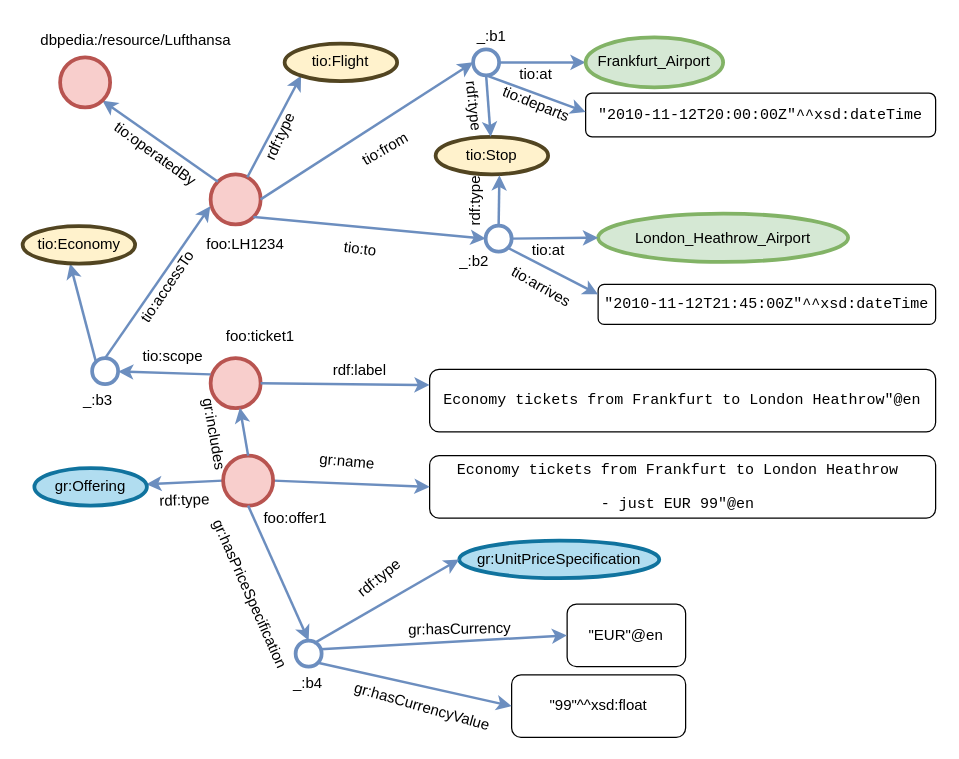
Before: img/use_case.drawio in petkorutesic/chatbots_KGSWC-2023, a draw.io diagram. Source tidied: cells renumbered, new cells numbered last; positions are measured from the earlier drawing's top-left corner, leaving out a move shared by most shapes. Both pictures are drawn from the tidied source at 125%, with x=0, y=0 at pixel (22, 24).
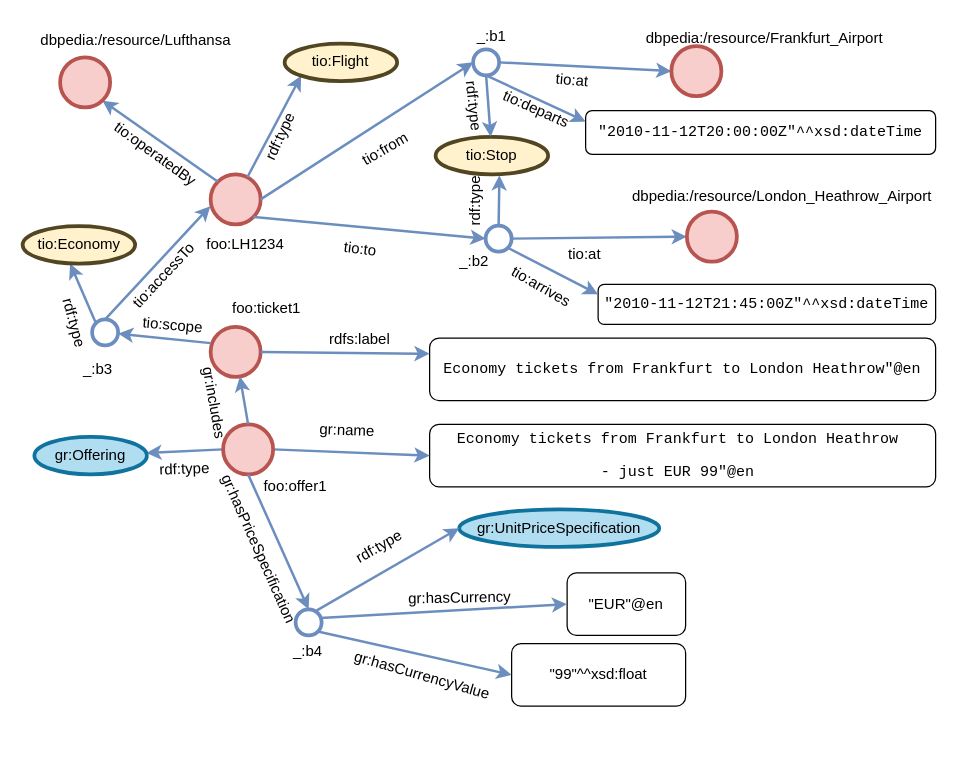
The same diagram, later.

The change refers to these unchanged cells:
```xml
<mxCell id="10" style="ellipse;whiteSpace=wrap;html=1;strokeWidth=3;fillColor=#FFFFFF;strokeColor=#6c8ebf;" parent="1" vertex="1">
  <mxGeometry x="360" y="20" width="20.8" height="20.8" as="geometry" />
</mxCell>
<mxCell id="17" style="ellipse;whiteSpace=wrap;html=1;strokeWidth=3;fillColor=#FFFFFF;strokeColor=#6c8ebf;" parent="1" vertex="1">
  <mxGeometry x="370" y="161" width="20.8" height="20.8" as="geometry" />
</mxCell>
```

Diff of the diagram source:
```diff
@@
-    <mxCell id="12" style="endArrow=classic;html=1;rounded=0;strokeWidth=2;fillColor=#dae8fc;strokeColor=#6c8ebf;exitX=1;exitY=0.5;exitDx=0;exitDy=0;entryX=0;entryY=0.5;entryDx=0;entryDy=0;" parent="1" edge="1" source="10" target="13">
+    <mxCell id="12" style="endArrow=classic;html=1;rounded=0;strokeWidth=2;fillColor=#dae8fc;strokeColor=#6c8ebf;exitX=1;exitY=0.5;exitDx=0;exitDy=0;entryX=0;entryY=0.5;entryDx=0;entryDy=0;" parent="1" edge="1" source="10" target="73">
       <mxGeometry relative="1" as="geometry" />
     </mxCell>
-    <mxCell id="13" value="&lt;p&gt;Frankfurt_Airport&lt;/p&gt;" style="ellipse;whiteSpace=wrap;html=1;strokeColor=#82b366;strokeWidth=3;fillColor=#d5e8d4;" parent="1" vertex="1">
-      <mxGeometry x="450" y="10.4" width="110" height="40" as="geometry" />
-    </mxCell>
-    <mxCell id="14" value="tio:at" style="text;html=1;strokeColor=none;fillColor=none;align=center;verticalAlign=middle;whiteSpace=wrap;rounded=0;strokeWidth=3;rotation=0;" parent="1" vertex="1">
-      <mxGeometry x="380.8" y="30.4" width="59.2" height="20" as="geometry" />
+    <mxCell id="14" value="tio:at" style="text;html=1;strokeColor=none;fillColor=none;align=center;verticalAlign=middle;whiteSpace=wrap;rounded=0;strokeWidth=3;rotation=5;" parent="1" vertex="1">
+      <mxGeometry x="409.8" y="35.4" width="59.2" height="20" as="geometry" />
     </mxCell>
@@
     <mxCell id="19" value="tio:at" style="text;html=1;strokeColor=none;fillColor=none;align=center;verticalAlign=middle;whiteSpace=wrap;rounded=0;strokeWidth=3;rotation=0;" parent="1" vertex="1">
-      <mxGeometry x="390.8" y="171.4" width="59.2" height="20" as="geometry" />
+      <mxGeometry x="420" y="174.4" width="59.2" height="20" as="geometry" />
     </mxCell>
-    <mxCell id="20" value="&lt;p&gt;London_Heathrow_Airport&lt;/p&gt;" style="ellipse;whiteSpace=wrap;html=1;strokeColor=#82b366;strokeWidth=3;fillColor=#d5e8d4;" parent="1" vertex="1">
-      <mxGeometry x="460" y="151.4" width="200" height="38.6" as="geometry" />
-    </mxCell>
-    <mxCell id="21" style="endArrow=classic;html=1;rounded=0;strokeWidth=2;fillColor=#dae8fc;strokeColor=#6c8ebf;exitX=1;exitY=0.5;exitDx=0;exitDy=0;entryX=0;entryY=0.5;entryDx=0;entryDy=0;" parent="1" edge="1" source="17" target="20">
+    <mxCell id="21" style="endArrow=classic;html=1;rounded=0;strokeWidth=2;fillColor=#dae8fc;strokeColor=#6c8ebf;exitX=1;exitY=0.5;exitDx=0;exitDy=0;entryX=0;entryY=0.5;entryDx=0;entryDy=0;" parent="1" edge="1" source="17" target="75">
       <mxGeometry relative="1" as="geometry" />
     </mxCell>
     <mxCell id="22" value="&lt;pre&gt;&quot;2010-11-12T20:00:00Z&quot;^^xsd:dateTime&lt;/pre&gt;" style="rounded=1;whiteSpace=wrap;html=1;strokeColor=#000000;strokeWidth=1;fontColor=#000000;fillColor=#FFFFFF;" parent="1" vertex="1">
-      <mxGeometry x="450" y="55" width="280" height="35" as="geometry" />
+      <mxGeometry x="450" y="69" width="280" height="35" as="geometry" />
     </mxCell>
-    <mxCell id="23" value="tio:departs" style="text;html=1;strokeColor=none;fillColor=none;align=center;verticalAlign=middle;whiteSpace=wrap;rounded=0;strokeWidth=3;rotation=22;" parent="1" vertex="1">
-      <mxGeometry x="380.8" y="54.4" width="59.2" height="20" as="geometry" />
+    <mxCell id="23" value="tio:departs" style="text;html=1;strokeColor=none;fillColor=none;align=center;verticalAlign=middle;whiteSpace=wrap;rounded=0;strokeWidth=3;rotation=24;" parent="1" vertex="1">
+      <mxGeometry x="380.8" y="58.4" width="59.2" height="20" as="geometry" />
     </mxCell>
-    <mxCell id="24" style="endArrow=classic;html=1;rounded=0;strokeWidth=2;fillColor=#dae8fc;strokeColor=#6c8ebf;exitX=0.5;exitY=1;exitDx=0;exitDy=0;entryX=0;entryY=0.25;entryDx=0;entryDy=0;" parent="1" edge="1">
+    <mxCell id="24" style="endArrow=classic;html=1;rounded=0;strokeWidth=2;fillColor=#dae8fc;strokeColor=#6c8ebf;exitX=0.5;exitY=1;exitDx=0;exitDy=0;entryX=0;entryY=0.25;entryDx=0;entryDy=0;" parent="1" edge="1" target="22">
       <mxGeometry relative="1" as="geometry">
         <mxPoint x="370.4" y="40.8" as="sourcePoint" />
-        <mxPoint x="450" y="70" as="targetPoint" />
       </mxGeometry>
     </mxCell>
@@
     <mxCell id="32" style="ellipse;whiteSpace=wrap;html=1;strokeWidth=3;fillColor=#f8cecc;strokeColor=#b85450;" parent="1" vertex="1">
-      <mxGeometry x="150" y="267" width="40" height="40" as="geometry" />
+      <mxGeometry x="150" y="242" width="40" height="40" as="geometry" />
     </mxCell>
     <mxCell id="33" value="foo:ticket1" style="text;html=1;strokeColor=none;fillColor=none;align=center;verticalAlign=middle;whiteSpace=wrap;rounded=0;strokeWidth=3;" parent="1" vertex="1">
-      <mxGeometry x="150" y="240" width="80" height="20" as="geometry" />
+      <mxGeometry x="155" y="217" width="80" height="20" as="geometry" />
     </mxCell>
     <mxCell id="34" value="&lt;pre&gt;Economy tickets from Frankfurt to London Heathrow&quot;@en&lt;/pre&gt;" style="rounded=1;whiteSpace=wrap;html=1;strokeColor=#000000;strokeWidth=1;fontColor=#000000;fillColor=#FFFFFF;" parent="1" vertex="1">
-      <mxGeometry x="325.2" y="276" width="404.8" height="50" as="geometry" />
+      <mxGeometry x="325.2" y="251" width="404.8" height="50" as="geometry" />
     </mxCell>
-    <mxCell id="35" value="rdf:label" style="text;html=1;strokeColor=none;fillColor=none;align=center;verticalAlign=middle;whiteSpace=wrap;rounded=0;strokeWidth=3;rotation=0;" parent="1" vertex="1">
-      <mxGeometry x="240" y="267" width="59.2" height="20" as="geometry" />
+    <mxCell id="35" value="rdfs:label" style="text;html=1;strokeColor=none;fillColor=none;align=center;verticalAlign=middle;whiteSpace=wrap;rounded=0;strokeWidth=3;rotation=0;" parent="1" vertex="1">
+      <mxGeometry x="240" y="242" width="59.2" height="20" as="geometry" />
     </mxCell>
@@
-    <mxCell id="38" value="tio:scope" style="text;html=1;strokeColor=none;fillColor=none;align=center;verticalAlign=middle;whiteSpace=wrap;rounded=0;strokeWidth=3;rotation=0;" parent="1" vertex="1">
-      <mxGeometry x="90" y="256" width="60" height="20" as="geometry" />
+    <mxCell id="38" value="tio:scope" style="text;html=1;strokeColor=none;fillColor=none;align=center;verticalAlign=middle;whiteSpace=wrap;rounded=0;strokeWidth=3;rotation=5;" parent="1" vertex="1">
+      <mxGeometry x="90" y="231" width="60" height="20" as="geometry" />
     </mxCell>
     <mxCell id="39" style="ellipse;whiteSpace=wrap;html=1;strokeWidth=3;fillColor=#FFFFFF;strokeColor=#6c8ebf;" parent="1" vertex="1">
-      <mxGeometry x="55.2" y="267" width="20.8" height="20.8" as="geometry" />
+      <mxGeometry x="55.2" y="236" width="20.8" height="20.8" as="geometry" />
     </mxCell>
@@
-    <mxCell id="41" value="tio:accessTo" style="text;html=1;strokeColor=none;fillColor=none;align=center;verticalAlign=middle;whiteSpace=wrap;rounded=0;strokeWidth=3;rotation=304;" parent="1" vertex="1">
-      <mxGeometry x="86" y="200.4" width="60" height="20" as="geometry" />
+    <mxCell id="41" value="tio:accessTo" style="text;html=1;strokeColor=none;fillColor=none;align=center;verticalAlign=middle;whiteSpace=wrap;rounded=0;strokeWidth=3;rotation=313;" parent="1" vertex="1">
+      <mxGeometry x="83" y="191.4" width="60" height="20" as="geometry" />
     </mxCell>
@@
     <mxCell id="43" value="gr:Offering" style="ellipse;whiteSpace=wrap;html=1;strokeWidth=3;fillColor=#b1ddf0;strokeColor=#10739e;" parent="1" vertex="1">
-      <mxGeometry x="9" y="355" width="90" height="30" as="geometry" />
+      <mxGeometry x="9" y="330" width="90" height="30" as="geometry" />
     </mxCell>
     <mxCell id="44" value="&lt;pre&gt;Economy tickets from Frankfurt to London Heathrow &lt;/pre&gt;&lt;pre&gt;- just EUR 99&quot;@en &lt;/pre&gt;" style="rounded=1;whiteSpace=wrap;html=1;strokeColor=#000000;strokeWidth=1;fontColor=#000000;fillColor=#FFFFFF;" parent="1" vertex="1">
-      <mxGeometry x="325.2" y="345" width="404.8" height="50" as="geometry" />
+      <mxGeometry x="325.2" y="320" width="404.8" height="50" as="geometry" />
     </mxCell>
-    <mxCell id="45" value="gr:name" style="text;html=1;strokeColor=none;fillColor=none;align=center;verticalAlign=middle;whiteSpace=wrap;rounded=0;strokeWidth=3;rotation=5;" parent="1" vertex="1">
-      <mxGeometry x="230" y="340" width="59.2" height="20" as="geometry" />
+    <mxCell id="45" value="gr:name" style="text;html=1;strokeColor=none;fillColor=none;align=center;verticalAlign=middle;whiteSpace=wrap;rounded=0;strokeWidth=3;rotation=2;" parent="1" vertex="1">
+      <mxGeometry x="230" y="315" width="59.2" height="20" as="geometry" />
     </mxCell>
@@
     <mxCell id="47" style="ellipse;whiteSpace=wrap;html=1;strokeWidth=3;fillColor=#f8cecc;strokeColor=#b85450;" parent="1" vertex="1">
-      <mxGeometry x="160" y="345" width="40" height="40" as="geometry" />
+      <mxGeometry x="160" y="320" width="40" height="40" as="geometry" />
     </mxCell>
     <mxCell id="48" value="foo:offer1" style="text;html=1;strokeColor=none;fillColor=none;align=center;verticalAlign=middle;whiteSpace=wrap;rounded=0;strokeWidth=3;" parent="1" vertex="1">
-      <mxGeometry x="178.4" y="385" width="80" height="20" as="geometry" />
+      <mxGeometry x="178.4" y="360" width="80" height="20" as="geometry" />
     </mxCell>
@@
     <mxCell id="51" value="gr:includes" style="text;html=1;strokeColor=none;fillColor=none;align=center;verticalAlign=middle;whiteSpace=wrap;rounded=0;strokeWidth=3;rotation=80;" parent="1" vertex="1">
-      <mxGeometry x="123" y="318" width="60" height="20" as="geometry" />
+      <mxGeometry x="123" y="293" width="60" height="20" as="geometry" />
     </mxCell>
@@
     <mxCell id="54" value="rdf:type" style="text;html=1;strokeColor=none;fillColor=none;align=center;verticalAlign=middle;whiteSpace=wrap;rounded=0;strokeWidth=3;rotation=358;" parent="1" vertex="1">
-      <mxGeometry x="101" y="377" width="57" height="8.6" as="geometry" />
+      <mxGeometry x="101" y="352" width="57" height="8.6" as="geometry" />
     </mxCell>
     <mxCell id="55" value="_:b3" style="text;html=1;strokeColor=none;fillColor=none;align=center;verticalAlign=middle;whiteSpace=wrap;rounded=0;strokeWidth=3;rotation=0;" parent="1" vertex="1">
-      <mxGeometry x="29.6" y="291" width="60" height="20" as="geometry" />
+      <mxGeometry x="29.6" y="266" width="60" height="20" as="geometry" />
     </mxCell>
@@
     <mxCell id="59" style="ellipse;whiteSpace=wrap;html=1;strokeWidth=3;fillColor=#FFFFFF;strokeColor=#6c8ebf;" parent="1" vertex="1">
-      <mxGeometry x="218" y="493" width="20.8" height="20.8" as="geometry" />
+      <mxGeometry x="218" y="468" width="20.8" height="20.8" as="geometry" />
     </mxCell>
     <mxCell id="60" value="gr:hasPriceSpecification" style="text;html=1;strokeColor=none;fillColor=none;align=center;verticalAlign=middle;whiteSpace=wrap;rounded=0;strokeWidth=3;rotation=66;" parent="1" vertex="1">
-      <mxGeometry x="152" y="446" width="59.2" height="20" as="geometry" />
+      <mxGeometry x="159" y="410" width="59.2" height="20" as="geometry" />
     </mxCell>
     <mxCell id="61" value="_:b4" style="text;html=1;strokeColor=none;fillColor=none;align=center;verticalAlign=middle;whiteSpace=wrap;rounded=0;strokeWidth=3;rotation=0;" parent="1" vertex="1">
-      <mxGeometry x="198.4" y="517" width="60" height="20" as="geometry" />
+      <mxGeometry x="198.4" y="492" width="60" height="20" as="geometry" />
     </mxCell>
     <mxCell id="62" value="&lt;pre&gt;&lt;span style=&quot;font-family: Helvetica; text-align: left;&quot;&gt;&quot;EUR&quot;@en&lt;/span&gt;&lt;br&gt;&lt;/pre&gt;" style="rounded=1;whiteSpace=wrap;html=1;strokeColor=#000000;strokeWidth=1;fontColor=#000000;fillColor=#FFFFFF;" parent="1" vertex="1">
-      <mxGeometry x="435.2" y="463.8" width="94.8" height="50" as="geometry" />
+      <mxGeometry x="435.2" y="438.8" width="94.8" height="50" as="geometry" />
     </mxCell>
     <mxCell id="63" value="gr:hasCurrency" style="text;html=1;strokeColor=none;fillColor=none;align=center;verticalAlign=middle;whiteSpace=wrap;rounded=0;strokeWidth=3;rotation=359;" parent="1" vertex="1">
-      <mxGeometry x="320" y="474" width="59.2" height="20" as="geometry" />
+      <mxGeometry x="320" y="449" width="59.2" height="20" as="geometry" />
     </mxCell>
@@
     <mxCell id="65" value="&lt;pre&gt;&lt;span style=&quot;font-family: Helvetica; text-align: left;&quot;&gt;&quot;99&quot;^^xsd:float&lt;/span&gt;&lt;br&gt;&lt;/pre&gt;" style="rounded=1;whiteSpace=wrap;html=1;strokeColor=#000000;strokeWidth=1;fontColor=#000000;fillColor=#FFFFFF;" parent="1" vertex="1">
-      <mxGeometry x="390.8" y="520.4" width="139.2" height="50" as="geometry" />
+      <mxGeometry x="390.8" y="495.4" width="139.2" height="50" as="geometry" />
     </mxCell>
     <mxCell id="66" value="&lt;span style=&quot;text-align: left;&quot;&gt;gr:hasCurrencyValue&lt;/span&gt;" style="text;html=1;strokeColor=none;fillColor=none;align=center;verticalAlign=middle;whiteSpace=wrap;rounded=0;strokeWidth=3;rotation=16;" parent="1" vertex="1">
-      <mxGeometry x="289.6" y="536" width="59.2" height="20" as="geometry" />
+      <mxGeometry x="289.6" y="511" width="59.2" height="20" as="geometry" />
     </mxCell>
@@
     <mxCell id="68" value="&lt;span style=&quot;text-align: left;&quot;&gt;gr:UnitPriceSpecification&lt;/span&gt;" style="ellipse;whiteSpace=wrap;html=1;strokeWidth=3;fillColor=#b1ddf0;strokeColor=#10739e;" parent="1" vertex="1">
-      <mxGeometry x="348.9" y="413" width="160" height="30" as="geometry" />
+      <mxGeometry x="348.9" y="388" width="160" height="30" as="geometry" />
     </mxCell>
-    <mxCell id="69" value="rdf:type" style="text;html=1;strokeColor=none;fillColor=none;align=center;verticalAlign=middle;whiteSpace=wrap;rounded=0;strokeWidth=3;rotation=321;" parent="1" vertex="1">
-      <mxGeometry x="245.2" y="433" width="80" height="20" as="geometry" />
+    <mxCell id="69" value="rdf:type" style="text;html=1;strokeColor=none;fillColor=none;align=center;verticalAlign=middle;whiteSpace=wrap;rounded=0;strokeWidth=3;rotation=330;" parent="1" vertex="1">
+      <mxGeometry x="245.2" y="408" width="80" height="20" as="geometry" />
     </mxCell>
@@
+    <mxCell id="73" style="ellipse;whiteSpace=wrap;html=1;strokeWidth=3;fillColor=#f8cecc;strokeColor=#b85450;" parent="1" vertex="1">
+      <mxGeometry x="518.6" y="17.4" width="40" height="40" as="geometry" />
+    </mxCell>
+    <mxCell id="74" value="&lt;div style=&quot;text-align: start;&quot;&gt;&lt;span style=&quot;background-color: initial;&quot;&gt;dbpedia:/resource/Frankfurt_Airport&lt;/span&gt;&lt;span style=&quot;background-color: initial;&quot;&gt;&amp;nbsp; &amp;nbsp;&lt;/span&gt;&lt;/div&gt;" style="text;html=1;strokeColor=none;fillColor=none;align=center;verticalAlign=middle;whiteSpace=wrap;rounded=0;strokeWidth=3;" parent="1" vertex="1">
+      <mxGeometry x="528" y="-2.2" width="134" height="40.4" as="geometry" />
+    </mxCell>
+    <mxCell id="75" style="ellipse;whiteSpace=wrap;html=1;strokeWidth=3;fillColor=#f8cecc;strokeColor=#b85450;" parent="1" vertex="1">
+      <mxGeometry x="531" y="149.8" width="40" height="40" as="geometry" />
+    </mxCell>
+    <mxCell id="76" value="&lt;div style=&quot;text-align: start;&quot;&gt;&lt;span style=&quot;background-color: initial;&quot;&gt;dbpedia:/resource/London_Heathrow_Airport&lt;/span&gt;&lt;span style=&quot;background-color: initial;&quot;&gt;&amp;nbsp; &amp;nbsp;&lt;/span&gt;&lt;/div&gt;" style="text;html=1;strokeColor=none;fillColor=none;align=center;verticalAlign=middle;whiteSpace=wrap;rounded=0;strokeWidth=3;" parent="1" vertex="1">
+      <mxGeometry x="541.6" y="124.6" width="134" height="40.4" as="geometry" />
+    </mxCell>
+    <mxCell id="77" value="rdf:type" style="text;html=1;strokeColor=none;fillColor=none;align=center;verticalAlign=middle;whiteSpace=wrap;rounded=0;strokeWidth=3;rotation=75;" parent="1" vertex="1">
+      <mxGeometry x="12.2" y="235" width="57" height="8.6" as="geometry" />
+    </mxCell>
```
